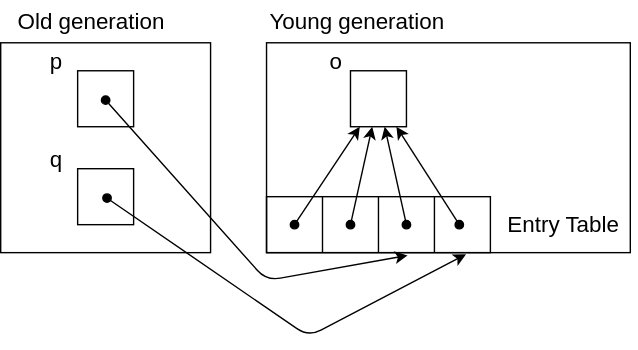
Before: assets/img/lecture_materials/GarbageCollection/ch7/answer-entry-table.drawio.svg, a diagram exported from draw.io (drop-stones/slides). Source tidied: cells renumbered, new cells last; positions are measured from the earlier drawing's top-left corner, leaving out a move shared by most shapes.
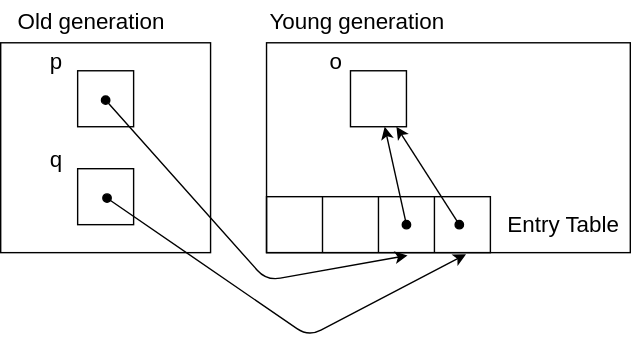
The same diagram one commit later.

Change to the diagram source:
```diff
@@ -93,16 +93,6 @@
         </Array>
       </mxGeometry>
     </mxCell>
-    <mxCell id="29" style="endArrow=classic;html=1;startArrow=oval;startFill=1;" parent="1" edge="1" target="7">
-      <mxGeometry relative="1" as="geometry">
-        <mxPoint x="210" y="160" as="sourcePoint" />
-      </mxGeometry>
-    </mxCell>
-    <mxCell id="30" style="endArrow=classic;html=1;startArrow=oval;startFill=1;" parent="1" edge="1" target="7">
-      <mxGeometry relative="1" as="geometry">
-        <mxPoint x="250" y="160" as="sourcePoint" />
-      </mxGeometry>
-    </mxCell>
     <mxCell id="31" style="endArrow=classic;html=1;startArrow=oval;startFill=1;" parent="1" edge="1" target="7">
       <mxGeometry relative="1" as="geometry">
         <mxPoint x="290" y="160" as="sourcePoint" />
```
